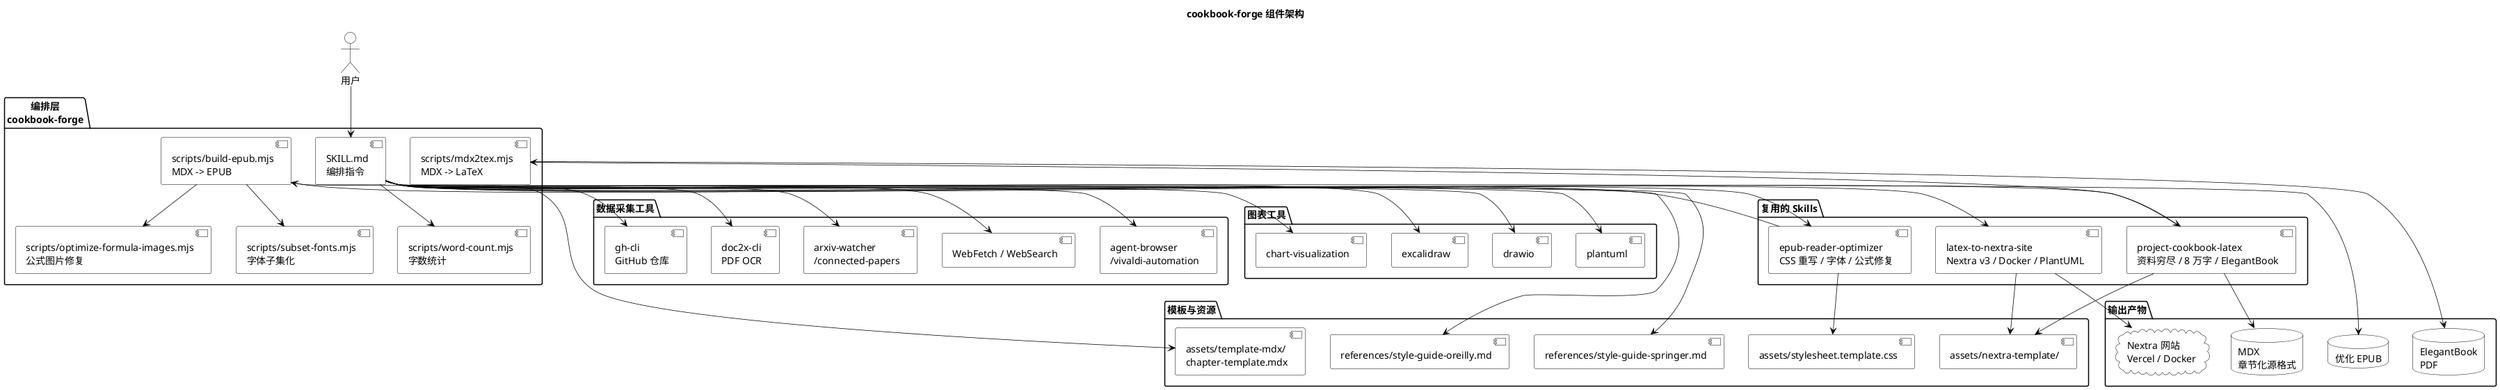
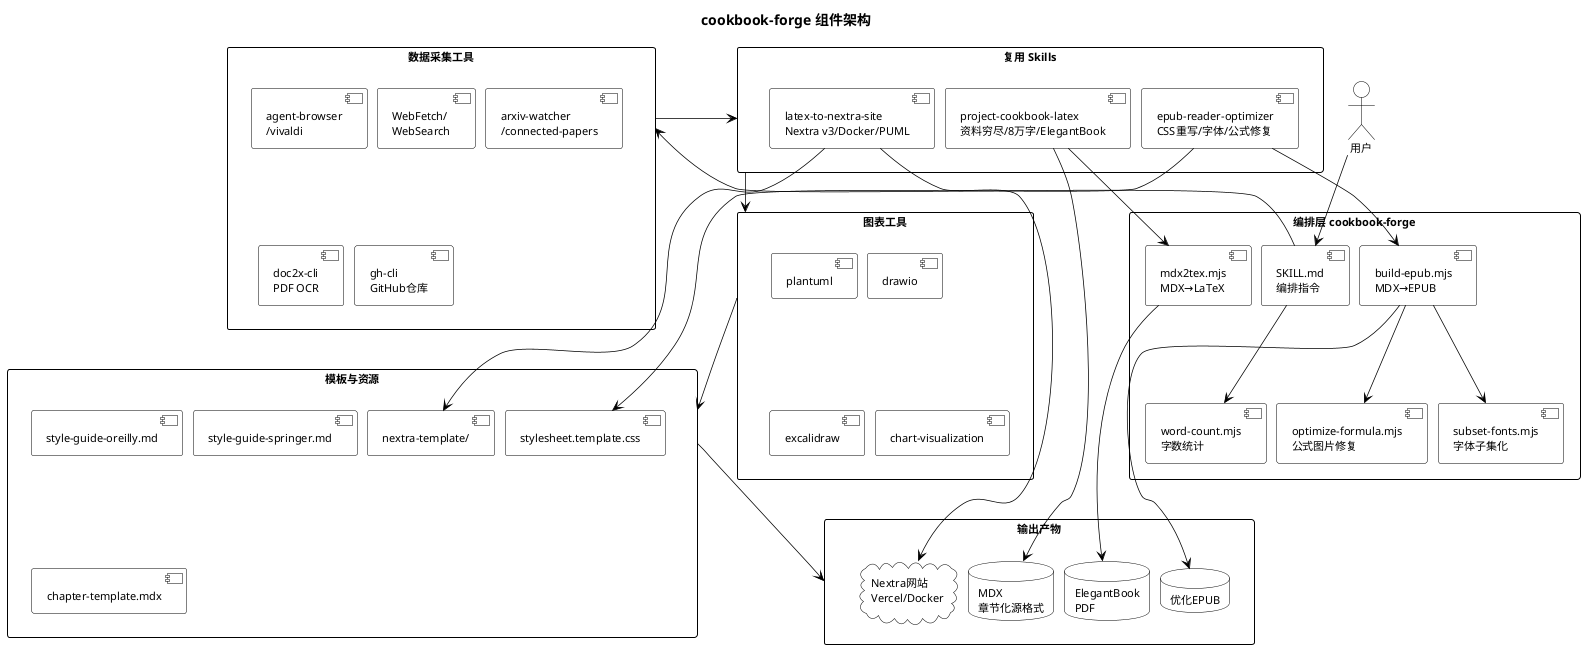
@startuml
skinparam monochrome true
skinparam shadowing false
skinparam backgroundColor #FFFFFF
skinparam defaultFontColor #000000
skinparam defaultFontName "WenQuanYi Micro Hei"
+ skinparam defaultFontSize 11
skinparam ActorBackgroundColor #FFFFFF
skinparam ActorBorderColor #000000
skinparam ComponentBackgroundColor #FFFFFF
skinparam ComponentBorderColor #000000
skinparam PackageBackgroundColor #FFFFFF
skinparam PackageBorderColor #000000
skinparam DatabaseBackgroundColor #FFFFFF
skinparam DatabaseBorderColor #000000
skinparam CloudBackgroundColor #FFFFFF
skinparam CloudBorderColor #000000
skinparam ArrowColor #000000
skinparam ArrowThickness 0.75
+ skinparam nodesep 10
+ skinparam ranksep 25
+ skinparam packageStyle rectangle

title cookbook-forge 组件架构

+ top to bottom direction
+ 
actor 用户

- package "编排层\ncookbook-forge" {
+ package "编排层 cookbook-forge" as P1 {
  [SKILL.md\n编排指令] as ORCH
-   [scripts/mdx2tex.mjs\nMDX -> LaTeX] as M2T
-   [scripts/build-epub.mjs\nMDX -> EPUB] as EPUB
-   [scripts/subset-fonts.mjs\n字体子集化] as FONT
-   [scripts/word-count.mjs\n字数统计] as WC
-   [scripts/optimize-formula-images.mjs\n公式图片修复] as FORMULA
+   [mdx2tex.mjs\nMDX→LaTeX] as M2T
+   [build-epub.mjs\nMDX→EPUB] as EPUB
+   [subset-fonts.mjs\n字体子集化] as FONT
+   [word-count.mjs\n字数统计] as WC
+   [optimize-formula.mjs\n公式图片修复] as FORMULA
}

- package "复用的 Skills" {
-   [project-cookbook-latex\n资料穷尽 / 8 万字 / ElegantBook] as PCL
-   [latex-to-nextra-site\nNextra v3 / Docker / PlantUML] as L2N
-   [epub-reader-optimizer\nCSS 重写 / 字体 / 公式修复] as ERO
+ package "数据采集工具" as P2 {
+   [agent-browser\n/vivaldi] as BR
+   [WebFetch/\nWebSearch] as WF
+   [arxiv-watcher\n/connected-papers] as ARX
+   [doc2x-cli\nPDF OCR] as D2X
+   [gh-cli\nGitHub仓库] as GH
}

- package "数据采集工具" {
-   [agent-browser\n/vivaldi-automation] as BR
-   [WebFetch / WebSearch] as WF
-   [arxiv-watcher\n/connected-papers] as ARX
-   [doc2x-cli\nPDF OCR] as D2X
-   [gh-cli\nGitHub 仓库] as GH
+ package "复用 Skills" as P3 {
+   [project-cookbook-latex\n资料穷尽/8万字/ElegantBook] as PCL
+   [latex-to-nextra-site\nNextra v3/Docker/PUML] as L2N
+   [epub-reader-optimizer\nCSS重写/字体/公式修复] as ERO
}

- package "图表工具" {
+ package "图表工具" as P4 {
  [plantuml] as PU
  [drawio] as DR
  [excalidraw] as EX
  [chart-visualization] as CH
}

- package "模板与资源" {
-   [references/style-guide-oreilly.md] as ORE
-   [references/style-guide-springer.md] as SPR
-   [assets/template-mdx/\nchapter-template.mdx] as TPL
-   [assets/nextra-template/] as NXT
-   [assets/stylesheet.template.css] as CSS
+ package "模板与资源" as P5 {
+   [style-guide-oreilly.md] as ORE
+   [style-guide-springer.md] as SPR
+   [chapter-template.mdx] as TPL
+   [nextra-template/] as NXT
+   [stylesheet.template.css] as CSS
}

- package "输出产物" {
+ package "输出产物" as P6 {
  database "MDX\n章节化源格式" as MDX
  database "ElegantBook\nPDF" as PDF
-   cloud "Nextra 网站\nVercel / Docker" as WEB
-   database "优化 EPUB" as EOUT
+   cloud "Nextra网站\nVercel/Docker" as WEB
+   database "优化EPUB" as EOUT
}

用户 --> ORCH
- ORCH --> BR
- ORCH --> WF
- ORCH --> ARX
- ORCH --> D2X
- ORCH --> GH
- ORCH --> PCL
- ORCH --> L2N
- ORCH --> ERO
- ORCH --> PU
- ORCH --> DR
- ORCH --> EX
- ORCH --> CH
- ORCH --> ORE
- ORCH --> SPR
- ORCH --> TPL
- PCL --> NXT
- ERO --> CSS
+ ORCH --> P2
+ P2 --> P3
+ P3 --> P4
+ P4 --> P5
+ P5 --> P6
+ 
+ ORCH --> WC
PCL --> M2T
L2N --> NXT
ERO --> EPUB
+ ERO --> CSS
EPUB --> FONT
EPUB --> FORMULA
- ORCH --> WC
M2T --> PDF
PCL --> MDX
L2N --> WEB
EPUB --> EOUT
+ 
@enduml
